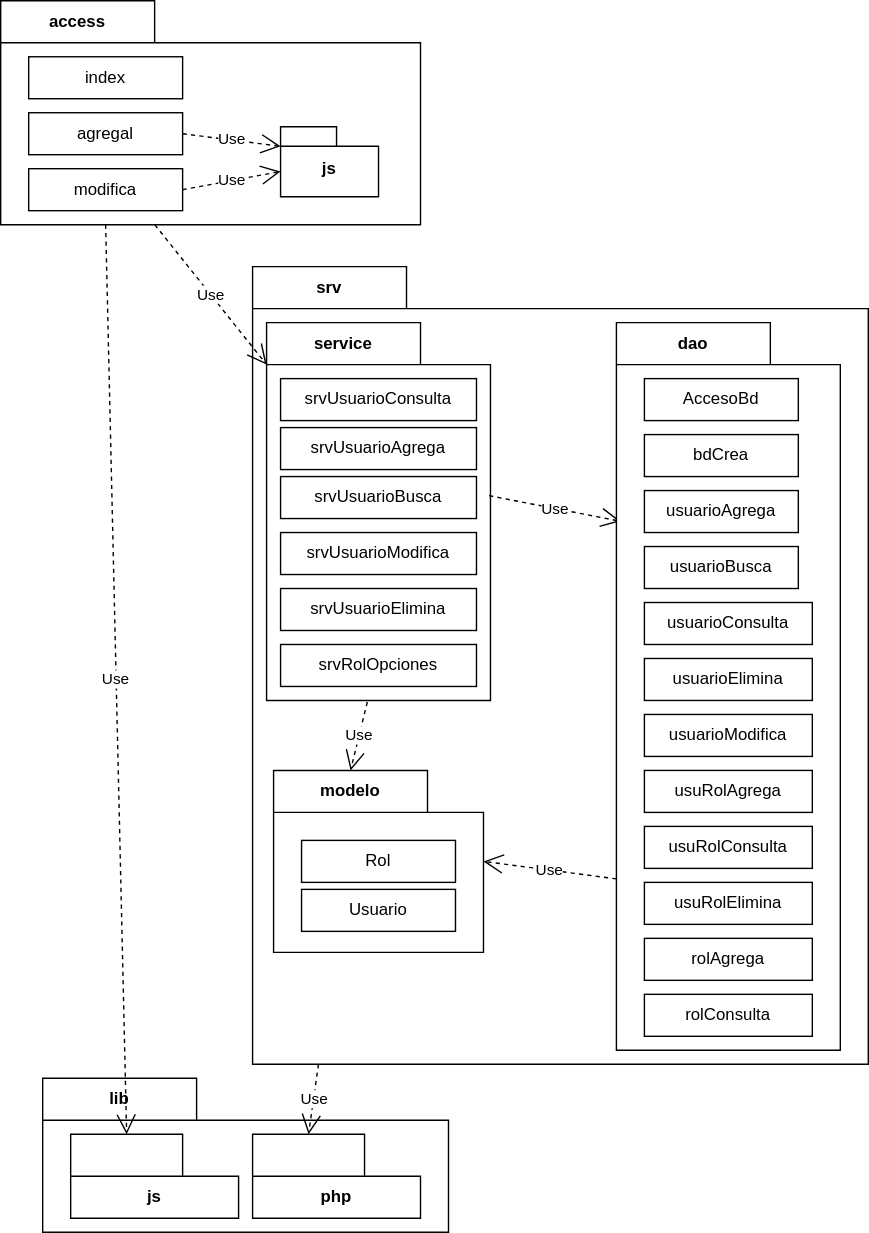
Before: img/m18amuchos/amuchospaquetes.drawio.svg, a diagram exported from draw.io (gilpgawoas/gilpgawoas.github.io). Source tidied: cells renumbered, new cells last; positions are measured from the earlier drawing's top-left corner, leaving out a move shared by most shapes. Its diagram source:
```xml
<mxGraphModel>
  <root>
    <mxCell id="0" />
    <mxCell id="1" parent="0" />
    <mxCell id="2" value="lib" style="shape=folder;fontStyle=1;tabWidth=110;tabHeight=30;tabPosition=left;html=1;boundedLbl=1;labelInHeader=1;whiteSpace=wrap;" parent="1" vertex="1">
      <mxGeometry x="30" y="770" width="290" height="110" as="geometry" />
    </mxCell>
    <mxCell id="3" value="js" style="shape=folder;fontStyle=1;tabWidth=80;tabHeight=30;tabPosition=left;html=1;boundedLbl=1;whiteSpace=wrap;" parent="2" vertex="1">
      <mxGeometry x="20" y="40" width="120" height="60" as="geometry" />
    </mxCell>
    <mxCell id="4" value="php" style="shape=folder;fontStyle=1;tabWidth=80;tabHeight=30;tabPosition=left;html=1;boundedLbl=1;whiteSpace=wrap;" parent="2" vertex="1">
      <mxGeometry x="150" y="40" width="120" height="60" as="geometry" />
    </mxCell>
    <mxCell id="5" value="access" style="shape=folder;fontStyle=1;tabWidth=110;tabHeight=30;tabPosition=left;html=1;boundedLbl=1;labelInHeader=1;whiteSpace=wrap;" parent="1" vertex="1">
      <mxGeometry width="300" height="160" as="geometry" />
    </mxCell>
    <mxCell id="6" value="index" style="html=1;whiteSpace=wrap;" parent="5" vertex="1">
      <mxGeometry width="110" height="30" relative="1" as="geometry">
        <mxPoint x="20" y="40" as="offset" />
      </mxGeometry>
    </mxCell>
    <mxCell id="7" value="agregal" style="html=1;whiteSpace=wrap;" parent="5" vertex="1">
      <mxGeometry width="110" height="30" relative="1" as="geometry">
        <mxPoint x="20" y="80" as="offset" />
      </mxGeometry>
    </mxCell>
    <mxCell id="8" value="modifica" style="html=1;whiteSpace=wrap;" parent="5" vertex="1">
      <mxGeometry width="110" height="30" relative="1" as="geometry">
        <mxPoint x="20" y="120" as="offset" />
      </mxGeometry>
    </mxCell>
    <mxCell id="9" value="js" style="shape=folder;fontStyle=1;spacingTop=10;tabWidth=40;tabHeight=14;tabPosition=left;html=1;whiteSpace=wrap;" parent="5" vertex="1">
      <mxGeometry x="200" y="90" width="70" height="50" as="geometry" />
    </mxCell>
    <mxCell id="10" value="Use" style="endArrow=open;endSize=12;dashed=1;html=1;rounded=0;exitX=1;exitY=0.5;exitDx=0;exitDy=0;entryX=0;entryY=0;entryDx=0;entryDy=32;entryPerimeter=0;" parent="5" edge="1" source="8" target="9">
      <mxGeometry relative="1" as="geometry" />
    </mxCell>
    <mxCell id="11" value="Use" style="endArrow=open;endSize=12;dashed=1;html=1;rounded=0;exitX=1;exitY=0.5;exitDx=0;exitDy=0;entryX=0;entryY=0;entryDx=0;entryDy=14;entryPerimeter=0;" parent="5" edge="1" source="7" target="9">
      <mxGeometry relative="1" as="geometry" />
    </mxCell>
    <mxCell id="12" value="srv" style="shape=folder;fontStyle=1;tabWidth=110;tabHeight=30;tabPosition=left;html=1;boundedLbl=1;labelInHeader=1;whiteSpace=wrap;" parent="1" vertex="1">
      <mxGeometry x="180" y="190" width="440" height="570" as="geometry" />
    </mxCell>
    <mxCell id="13" value="service" style="shape=folder;fontStyle=1;tabWidth=110;tabHeight=30;tabPosition=left;html=1;boundedLbl=1;labelInHeader=1;whiteSpace=wrap;" parent="12" vertex="1">
      <mxGeometry x="10" y="40" width="160" height="270" as="geometry" />
    </mxCell>
    <mxCell id="14" value="srvUsuarioConsulta" style="html=1;whiteSpace=wrap;" parent="13" vertex="1">
      <mxGeometry width="140" height="30" relative="1" as="geometry">
        <mxPoint x="10" y="40" as="offset" />
      </mxGeometry>
    </mxCell>
    <mxCell id="15" value="srvUsuarioAgrega" style="html=1;whiteSpace=wrap;" parent="13" vertex="1">
      <mxGeometry width="140" height="30" relative="1" as="geometry">
        <mxPoint x="10" y="75" as="offset" />
      </mxGeometry>
    </mxCell>
    <mxCell id="16" value="srvUsuarioBusca" style="html=1;whiteSpace=wrap;" parent="13" vertex="1">
      <mxGeometry width="140" height="30" relative="1" as="geometry">
        <mxPoint x="10" y="110" as="offset" />
      </mxGeometry>
    </mxCell>
    <mxCell id="17" value="srvUsuarioModifica" style="html=1;whiteSpace=wrap;" parent="13" vertex="1">
      <mxGeometry width="140" height="30" relative="1" as="geometry">
        <mxPoint x="10" y="150" as="offset" />
      </mxGeometry>
    </mxCell>
    <mxCell id="18" value="srvUsuarioElimina" style="html=1;whiteSpace=wrap;" parent="13" vertex="1">
      <mxGeometry width="140" height="30" relative="1" as="geometry">
        <mxPoint x="10" y="190" as="offset" />
      </mxGeometry>
    </mxCell>
    <mxCell id="19" value="srvRolOpciones" style="html=1;whiteSpace=wrap;" parent="13" vertex="1">
      <mxGeometry width="140" height="30" relative="1" as="geometry">
        <mxPoint x="10" y="230" as="offset" />
      </mxGeometry>
    </mxCell>
    <mxCell id="20" value="modelo" style="shape=folder;fontStyle=1;tabWidth=110;tabHeight=30;tabPosition=left;html=1;boundedLbl=1;labelInHeader=1;whiteSpace=wrap;" parent="12" vertex="1">
      <mxGeometry x="15" y="360" width="150" height="130" as="geometry" />
    </mxCell>
    <mxCell id="21" value="Rol" style="html=1;whiteSpace=wrap;" parent="20" vertex="1">
      <mxGeometry width="110" height="30" relative="1" as="geometry">
        <mxPoint x="20" y="50" as="offset" />
      </mxGeometry>
    </mxCell>
    <mxCell id="22" value="Usuario" style="html=1;whiteSpace=wrap;" parent="20" vertex="1">
      <mxGeometry width="110" height="30" relative="1" as="geometry">
        <mxPoint x="20" y="85" as="offset" />
      </mxGeometry>
    </mxCell>
    <mxCell id="23" value="Use" style="endArrow=open;endSize=12;dashed=1;html=1;rounded=0;entryX=0;entryY=0;entryDx=150;entryDy=65;entryPerimeter=0;exitX=0;exitY=0;exitDx=0;exitDy=397.5;exitPerimeter=0;" parent="12" edge="1" source="26" target="20">
      <mxGeometry relative="1" as="geometry" />
    </mxCell>
    <mxCell id="24" value="Use" style="endArrow=open;endSize=12;dashed=1;html=1;rounded=0;entryX=0;entryY=0;entryDx=55;entryDy=0;entryPerimeter=0;exitX=0.45;exitY=1.004;exitDx=0;exitDy=0;exitPerimeter=0;" parent="12" edge="1" source="13" target="20">
      <mxGeometry relative="1" as="geometry" />
    </mxCell>
    <mxCell id="25" value="Use" style="endArrow=open;endSize=12;dashed=1;html=1;rounded=0;entryX=0.019;entryY=0.273;entryDx=0;entryDy=0;entryPerimeter=0;exitX=0.994;exitY=0.458;exitDx=0;exitDy=0;exitPerimeter=0;" parent="12" edge="1" source="13" target="26">
      <mxGeometry relative="1" as="geometry" />
    </mxCell>
    <mxCell id="26" value="dao" style="shape=folder;fontStyle=1;tabWidth=110;tabHeight=30;tabPosition=left;html=1;boundedLbl=1;labelInHeader=1;whiteSpace=wrap;" parent="12" vertex="1">
      <mxGeometry x="260" y="40" width="160" height="520" as="geometry" />
    </mxCell>
    <mxCell id="27" value="AccesoBd" style="html=1;whiteSpace=wrap;" parent="26" vertex="1">
      <mxGeometry width="110" height="30" relative="1" as="geometry">
        <mxPoint x="20" y="40" as="offset" />
      </mxGeometry>
    </mxCell>
    <mxCell id="28" value="bdCrea" style="html=1;whiteSpace=wrap;" parent="26" vertex="1">
      <mxGeometry width="110" height="30" relative="1" as="geometry">
        <mxPoint x="20" y="80" as="offset" />
      </mxGeometry>
    </mxCell>
    <mxCell id="29" value="usuarioAgrega" style="html=1;whiteSpace=wrap;" parent="26" vertex="1">
      <mxGeometry width="110" height="30" relative="1" as="geometry">
        <mxPoint x="20" y="120" as="offset" />
      </mxGeometry>
    </mxCell>
    <mxCell id="30" value="usuarioBusca" style="html=1;whiteSpace=wrap;" parent="26" vertex="1">
      <mxGeometry width="110" height="30" relative="1" as="geometry">
        <mxPoint x="20" y="160" as="offset" />
      </mxGeometry>
    </mxCell>
    <mxCell id="31" value="usuarioConsulta" style="html=1;whiteSpace=wrap;" parent="26" vertex="1">
      <mxGeometry width="120" height="30" relative="1" as="geometry">
        <mxPoint x="20" y="200" as="offset" />
      </mxGeometry>
    </mxCell>
    <mxCell id="32" value="usuarioElimina" style="html=1;whiteSpace=wrap;" parent="26" vertex="1">
      <mxGeometry width="120" height="30" relative="1" as="geometry">
        <mxPoint x="20" y="240" as="offset" />
      </mxGeometry>
    </mxCell>
    <mxCell id="33" value="usuarioModifica" style="html=1;whiteSpace=wrap;" parent="26" vertex="1">
      <mxGeometry width="120" height="30" relative="1" as="geometry">
        <mxPoint x="20" y="280" as="offset" />
      </mxGeometry>
    </mxCell>
    <mxCell id="34" value="rolAgrega" style="html=1;whiteSpace=wrap;" parent="26" vertex="1">
      <mxGeometry width="120" height="30" relative="1" as="geometry">
        <mxPoint x="20" y="440" as="offset" />
      </mxGeometry>
    </mxCell>
    <mxCell id="35" value="rolConsulta" style="html=1;whiteSpace=wrap;" parent="26" vertex="1">
      <mxGeometry width="120" height="30" relative="1" as="geometry">
        <mxPoint x="20" y="480" as="offset" />
      </mxGeometry>
    </mxCell>
    <mxCell id="36" value="usuRolAgrega" style="html=1;whiteSpace=wrap;" parent="26" vertex="1">
      <mxGeometry width="120" height="30" relative="1" as="geometry">
        <mxPoint x="20" y="320" as="offset" />
      </mxGeometry>
    </mxCell>
    <mxCell id="37" value="usuRolConsulta" style="html=1;whiteSpace=wrap;" parent="26" vertex="1">
      <mxGeometry width="120" height="30" relative="1" as="geometry">
        <mxPoint x="20" y="360" as="offset" />
      </mxGeometry>
    </mxCell>
    <mxCell id="38" value="usuRolElimina" style="html=1;whiteSpace=wrap;" parent="26" vertex="1">
      <mxGeometry width="120" height="30" relative="1" as="geometry">
        <mxPoint x="20" y="400" as="offset" />
      </mxGeometry>
    </mxCell>
    <mxCell id="39" value="Use" style="endArrow=open;endSize=12;dashed=1;html=1;rounded=0;exitX=0.367;exitY=1;exitDx=0;exitDy=0;exitPerimeter=0;entryX=0;entryY=0;entryDx=0;entryDy=30;entryPerimeter=0;" parent="1" edge="1" source="5" target="13">
      <mxGeometry relative="1" as="geometry" />
    </mxCell>
    <mxCell id="40" value="Use" style="endArrow=open;endSize=12;dashed=1;html=1;rounded=0;entryX=0;entryY=0;entryDx=40;entryDy=0;entryPerimeter=0;exitX=0.25;exitY=1;exitDx=0;exitDy=0;exitPerimeter=0;" parent="1" edge="1" source="5" target="3">
      <mxGeometry relative="1" as="geometry" />
    </mxCell>
    <mxCell id="41" value="Use" style="endArrow=open;endSize=12;dashed=1;html=1;rounded=0;entryX=0;entryY=0;entryDx=40;entryDy=0;entryPerimeter=0;exitX=0.107;exitY=1;exitDx=0;exitDy=0;exitPerimeter=0;" parent="1" edge="1" source="12" target="4">
      <mxGeometry relative="1" as="geometry" />
    </mxCell>
  </root>
</mxGraphModel>
```
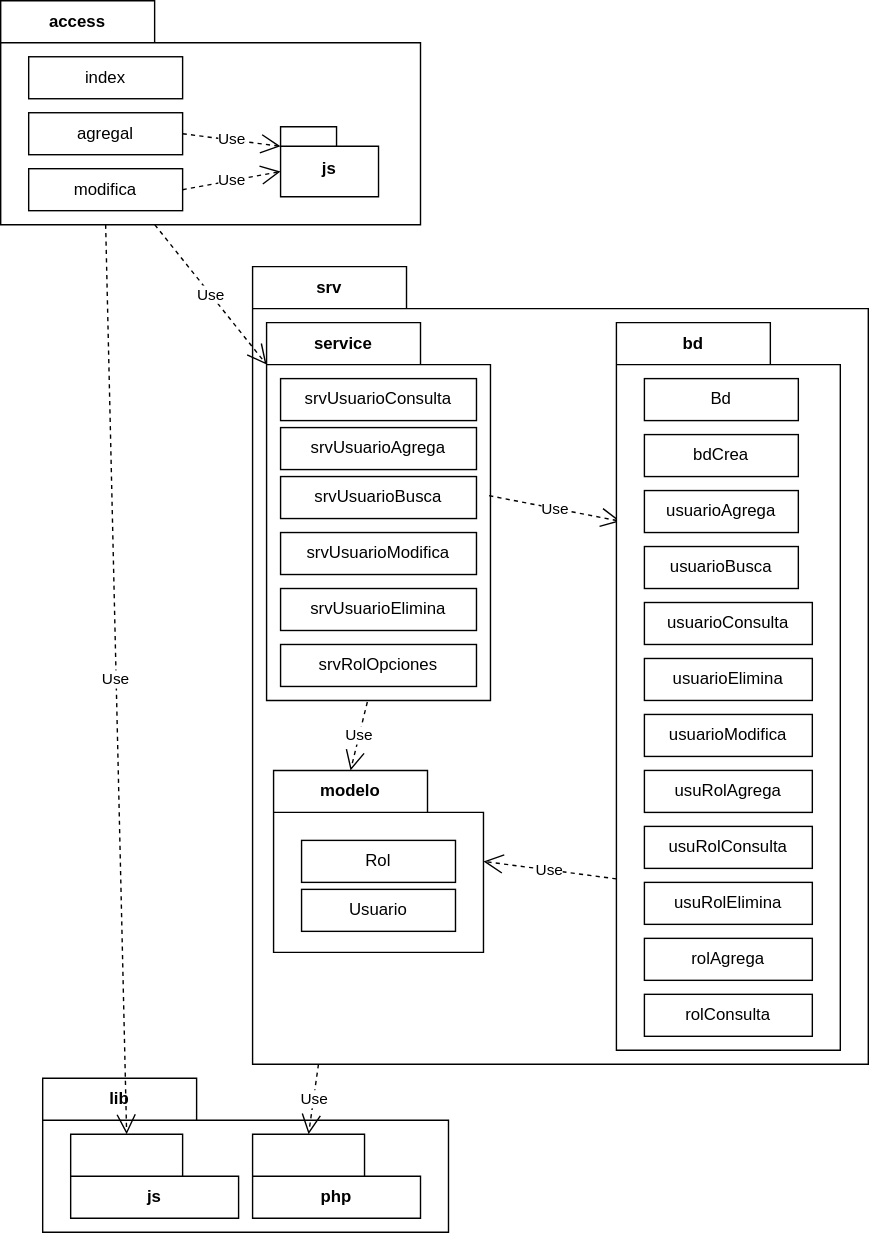
Above is the later version.

The edit, as a diff of the source:
```diff
@@ -96,10 +96,10 @@
     <mxCell id="25" value="Use" style="endArrow=open;endSize=12;dashed=1;html=1;rounded=0;entryX=0.019;entryY=0.273;entryDx=0;entryDy=0;entryPerimeter=0;exitX=0.994;exitY=0.458;exitDx=0;exitDy=0;exitPerimeter=0;" parent="12" edge="1" source="13" target="26">
       <mxGeometry relative="1" as="geometry" />
     </mxCell>
-    <mxCell id="26" value="dao" style="shape=folder;fontStyle=1;tabWidth=110;tabHeight=30;tabPosition=left;html=1;boundedLbl=1;labelInHeader=1;whiteSpace=wrap;" parent="12" vertex="1">
+    <mxCell id="26" value="bd" style="shape=folder;fontStyle=1;tabWidth=110;tabHeight=30;tabPosition=left;html=1;boundedLbl=1;labelInHeader=1;whiteSpace=wrap;" parent="12" vertex="1">
       <mxGeometry x="260" y="40" width="160" height="520" as="geometry" />
     </mxCell>
-    <mxCell id="27" value="AccesoBd" style="html=1;whiteSpace=wrap;" parent="26" vertex="1">
+    <mxCell id="27" value="Bd" style="html=1;whiteSpace=wrap;" parent="26" vertex="1">
       <mxGeometry width="110" height="30" relative="1" as="geometry">
         <mxPoint x="20" y="40" as="offset" />
       </mxGeometry>
```
